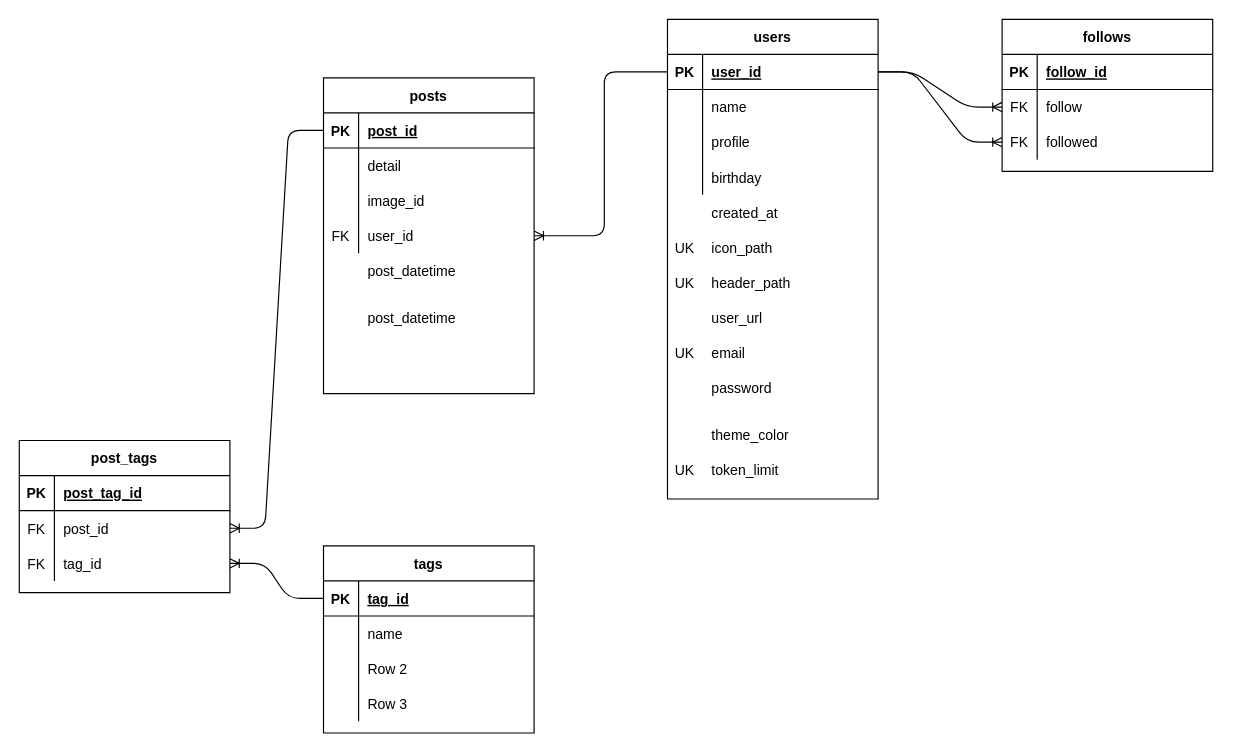
Above: doc/database/ER.drawio in Azu0925/syusyokusakuhin (draw.io), before the change. Source tidied: cells renumbered, new cells numbered last; positions are measured from the earlier drawing's top-left corner, leaving out a move shared by most shapes. Both pictures are drawn from the tidied source at 117%, with x=0, y=0 at pixel (19, 19).
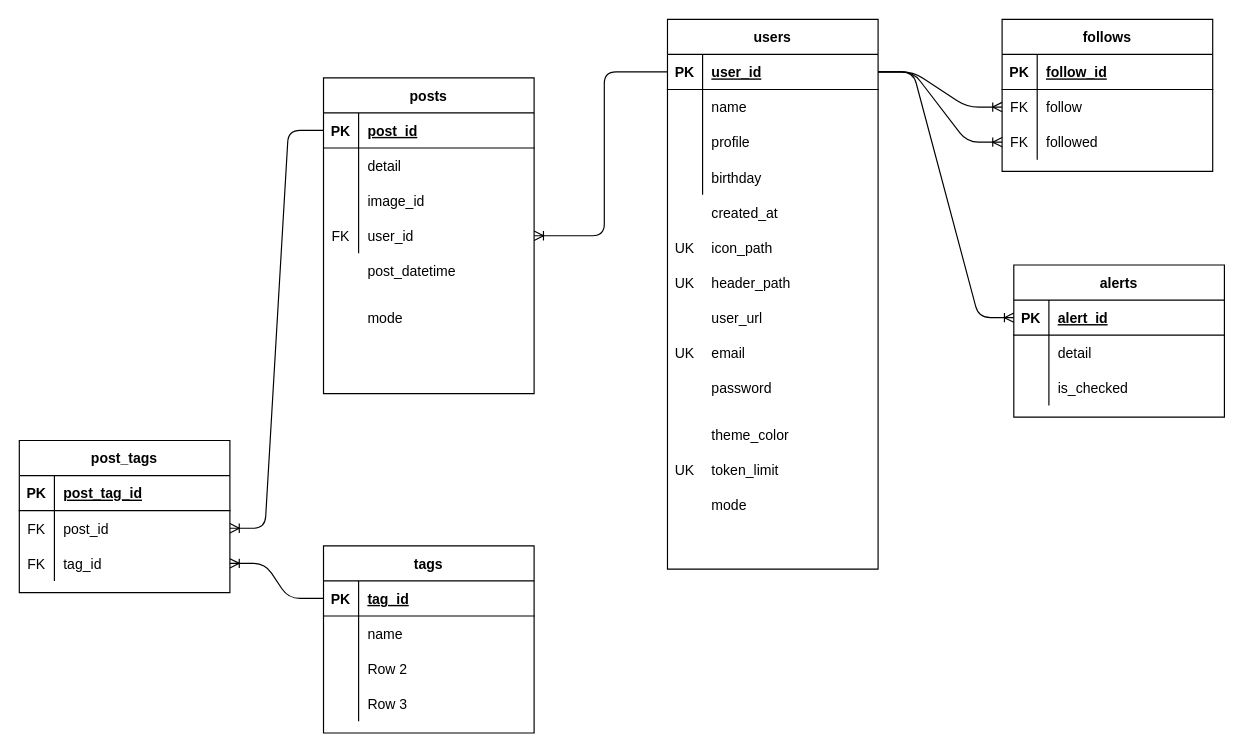
Above is the later version.

Unchanged cells that the change refers to:
```xml
<mxCell id="3" style="shape=partialRectangle;fillColor=none;top=0;left=0;bottom=1;right=0;points=[[0,0.5],[1,0.5]];portConstraint=eastwest;" parent="2" vertex="1">
  <mxGeometry y="30" width="180" height="30" as="geometry" />
</mxCell>
<mxCell id="75" style="shape=partialRectangle;fillColor=none;top=0;left=0;bottom=0;right=0;" parent="1" vertex="1">
  <mxGeometry x="260" y="240" width="180" height="30" as="geometry" />
</mxCell>
```

The edit, as a diff of the source:
```diff
@@
     <mxCell id="2" value="users" style="shape=table;startSize=30;childLayout=tableLayout;rowLines=0;fontStyle=1;align=center;" parent="1" vertex="1">
-      <mxGeometry x="554" width="180" height="410" as="geometry" />
+      <mxGeometry x="554" width="180" height="470" as="geometry" />
     </mxCell>
@@
-    <mxCell id="77" value="post_datetime" style="shape=partialRectangle;fillColor=none;top=0;left=0;bottom=0;right=0;align=left;spacingLeft=6;overflow=hidden;" parent="75" vertex="1">
+    <mxCell id="77" value="mode" style="shape=partialRectangle;fillColor=none;top=0;left=0;bottom=0;right=0;align=left;spacingLeft=6;overflow=hidden;" parent="75" vertex="1">
       <mxGeometry x="30" width="150" height="30" as="geometry" />
     </mxCell>
@@
+    <mxCell id="96" value="alerts" style="shape=table;startSize=30;childLayout=tableLayout;rowLines=0;fontStyle=1;align=center;" parent="1" vertex="1">
+      <mxGeometry x="850" y="210" width="180" height="130" as="geometry" />
+    </mxCell>
+    <mxCell id="97" style="shape=partialRectangle;fillColor=none;top=0;left=0;bottom=1;right=0;points=[[0,0.5],[1,0.5]];portConstraint=eastwest;" parent="96" vertex="1">
+      <mxGeometry y="30" width="180" height="30" as="geometry" />
+    </mxCell>
+    <mxCell id="98" value="PK" style="shape=partialRectangle;fillColor=none;top=0;left=0;bottom=0;right=0;fontStyle=1;overflow=hidden;" parent="97" vertex="1">
+      <mxGeometry width="30" height="30" as="geometry" />
+    </mxCell>
+    <mxCell id="99" value="alert_id" style="shape=partialRectangle;fillColor=none;top=0;left=0;bottom=0;right=0;align=left;spacingLeft=6;fontStyle=5;overflow=hidden;" parent="97" vertex="1">
+      <mxGeometry x="30" width="150" height="30" as="geometry" />
+    </mxCell>
+    <mxCell id="100" style="shape=partialRectangle;fillColor=none;top=0;left=0;bottom=0;right=0;" parent="96" vertex="1">
+      <mxGeometry y="60" width="180" height="30" as="geometry" />
+    </mxCell>
+    <mxCell id="101" style="shape=partialRectangle;fillColor=none;top=0;left=0;bottom=0;right=0;overflow=hidden;" parent="100" vertex="1">
+      <mxGeometry width="30" height="30" as="geometry" />
+    </mxCell>
+    <mxCell id="102" value="detail" style="shape=partialRectangle;fillColor=none;top=0;left=0;bottom=0;right=0;align=left;spacingLeft=6;overflow=hidden;" parent="100" vertex="1">
+      <mxGeometry x="30" width="150" height="30" as="geometry" />
+    </mxCell>
+    <mxCell id="103" style="shape=partialRectangle;fillColor=none;top=0;left=0;bottom=0;right=0;" parent="96" vertex="1">
+      <mxGeometry y="90" width="180" height="30" as="geometry" />
+    </mxCell>
+    <mxCell id="104" style="shape=partialRectangle;fillColor=none;top=0;left=0;bottom=0;right=0;overflow=hidden;" parent="103" vertex="1">
+      <mxGeometry width="30" height="30" as="geometry" />
+    </mxCell>
+    <mxCell id="105" value="is_checked" style="shape=partialRectangle;fillColor=none;top=0;left=0;bottom=0;right=0;align=left;spacingLeft=6;overflow=hidden;" parent="103" vertex="1">
+      <mxGeometry x="30" width="150" height="30" as="geometry" />
+    </mxCell>
+    <mxCell id="106" style="edgeStyle=entityRelationEdgeStyle;fontSize=12;html=1;endArrow=ERoneToMany;exitX=1;exitY=0.5;exitDx=0;exitDy=0;entryX=0;entryY=0.5;entryDx=0;entryDy=0;" parent="1" edge="1" source="3" target="97">
+      <mxGeometry relative="1" as="geometry" />
+    </mxCell>
+    <mxCell id="107" style="shape=partialRectangle;fillColor=none;top=0;left=0;bottom=0;right=0;" parent="1" vertex="1">
+      <mxGeometry x="260" y="270" width="180" height="30" as="geometry" />
+    </mxCell>
+    <mxCell id="108" style="shape=partialRectangle;fillColor=none;top=0;left=0;bottom=0;right=0;overflow=hidden;" parent="107" vertex="1">
+      <mxGeometry width="30" height="30" as="geometry" />
+    </mxCell>
+    <mxCell id="109" style="shape=partialRectangle;fillColor=none;top=0;left=0;bottom=0;right=0;align=left;spacingLeft=6;overflow=hidden;" parent="107" vertex="1">
+      <mxGeometry x="30" width="150" height="30" as="geometry" />
+    </mxCell>
+    <mxCell id="110" style="shape=partialRectangle;fillColor=none;top=0;left=0;bottom=0;right=0;" parent="1" vertex="1">
+      <mxGeometry x="554" y="400" width="180" height="30" as="geometry" />
+    </mxCell>
+    <mxCell id="111" style="shape=partialRectangle;fillColor=none;top=0;left=0;bottom=0;right=0;overflow=hidden;" parent="110" vertex="1">
+      <mxGeometry width="30" height="30" as="geometry" />
+    </mxCell>
+    <mxCell id="112" value="mode" style="shape=partialRectangle;fillColor=none;top=0;left=0;bottom=0;right=0;align=left;spacingLeft=6;overflow=hidden;" parent="110" vertex="1">
+      <mxGeometry x="30" width="150" height="30" as="geometry" />
+    </mxCell>
```
